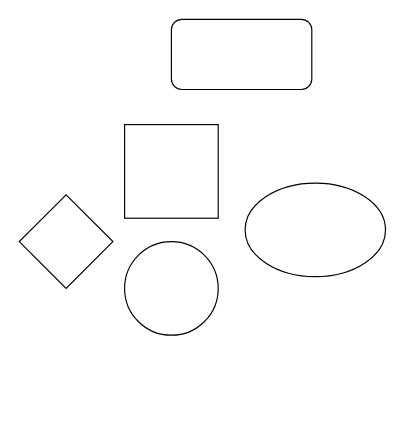
Above: 未命名表单.drawio in ymm97/draw (draw.io), before the change. Source tidied: cells renumbered, new cells numbered last; positions are measured from the earlier drawing's top-left corner, leaving out a move shared by most shapes. Both pictures are drawn from the tidied source at 117%, with x=0, y=0 at pixel (19, 19).
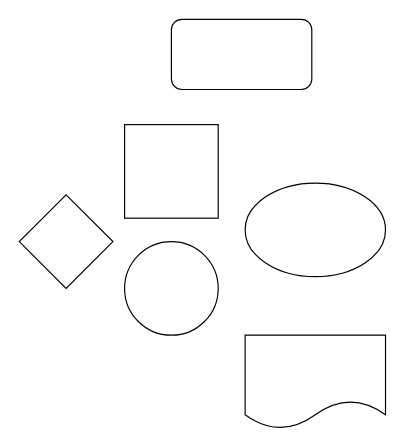
The same diagram, later.

Commit message:
未命名表单.drawio

Change to the diagram source:
```diff
@@
 <mxGraphModel>
   <root>
     <mxCell id="0" />
     <mxCell id="1" parent="0" />
     <mxCell id="2" style="whiteSpace=wrap;html=1;" parent="1" vertex="1">
       <mxGeometry x="90" y="90" width="80" height="80" as="geometry" />
     </mxCell>
     <mxCell id="3" style="ellipse;whiteSpace=wrap;html=1;" parent="1" vertex="1">
       <mxGeometry x="90" y="190" width="80" height="80" as="geometry" />
     </mxCell>
     <mxCell id="4" style="ellipse;whiteSpace=wrap;html=1;" parent="1" vertex="1">
       <mxGeometry x="193" y="140" width="120" height="80" as="geometry" />
     </mxCell>
     <mxCell id="5" style="rhombus;whiteSpace=wrap;html=1;" parent="1" vertex="1">
       <mxGeometry y="150" width="80" height="80" as="geometry" />
     </mxCell>
     <mxCell id="6" style="rounded=1;whiteSpace=wrap;html=1;" parent="1" vertex="1">
       <mxGeometry x="130" width="120" height="60" as="geometry" />
     </mxCell>
+    <mxCell id="7" style="shape=document;whiteSpace=wrap;html=1;boundedLbl=1;" parent="1" vertex="1">
+      <mxGeometry x="193" y="270" width="120" height="80" as="geometry" />
+    </mxCell>
   </root>
 </mxGraphModel>
```
